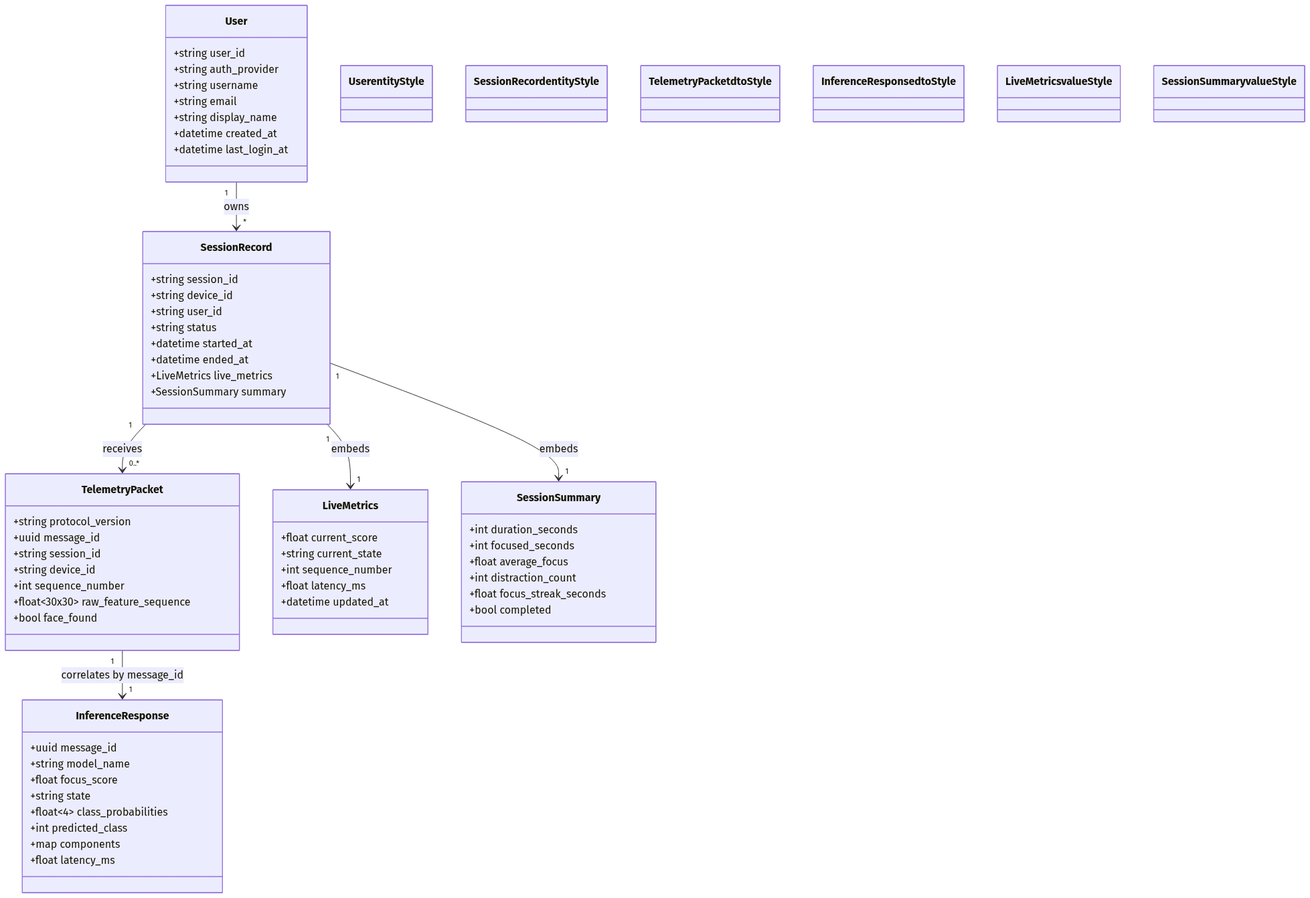
The Mermaid diagram docs/uml/rendered/06_domain_model.png in nguyenhoangviethung/FocusTracker, before a commit. Its source is kept beside it as docs/uml/06_domain_model.mmd.
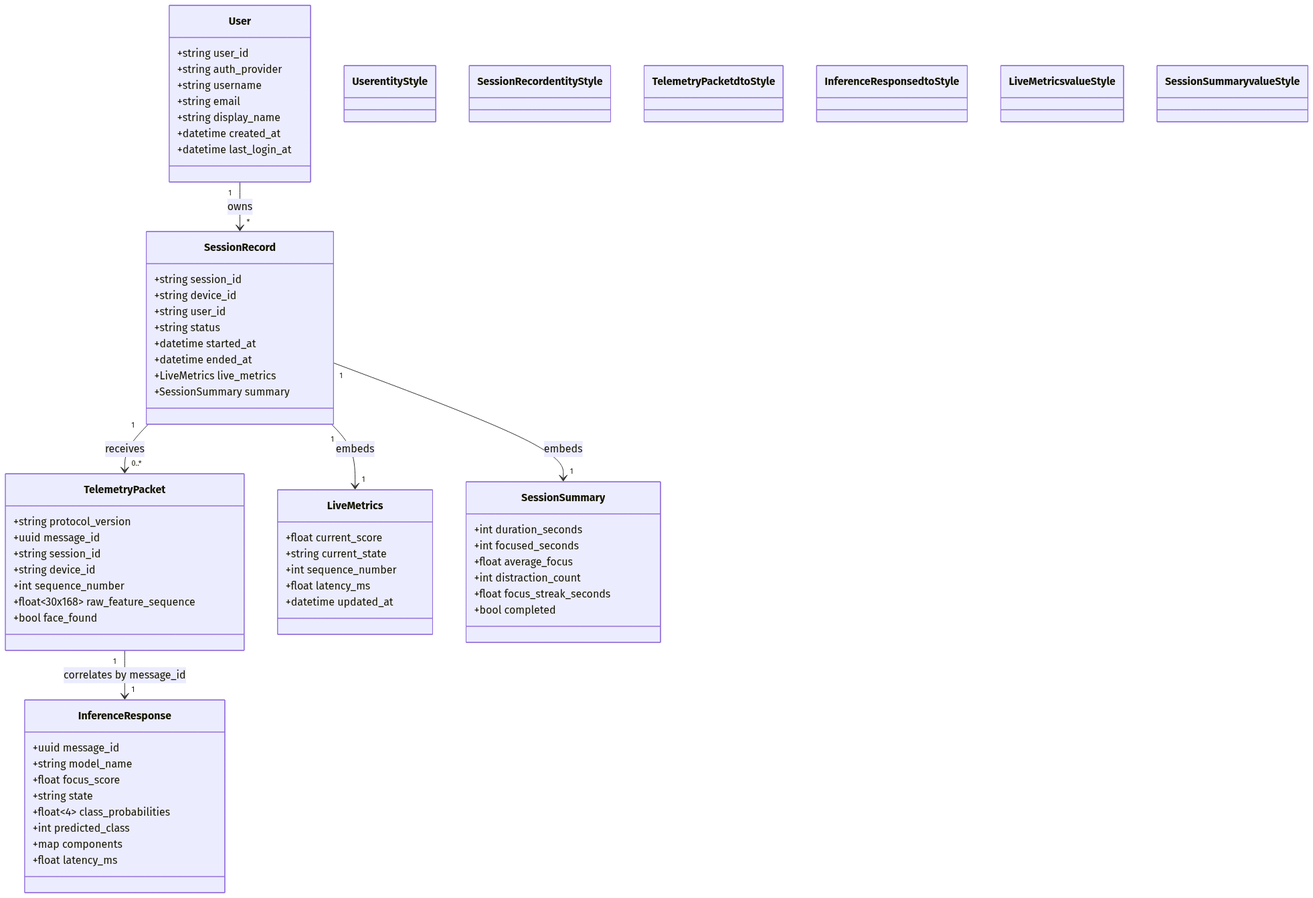
Later version of the same file.

Diff of the diagram source:
```diff
@@ -28,7 +28,7 @@
         +string session_id
         +string device_id
         +int sequence_number
-        +float~30x30~ raw_feature_sequence
+        +float~30x168~ raw_feature_sequence
         +bool face_found
     }
 
```
